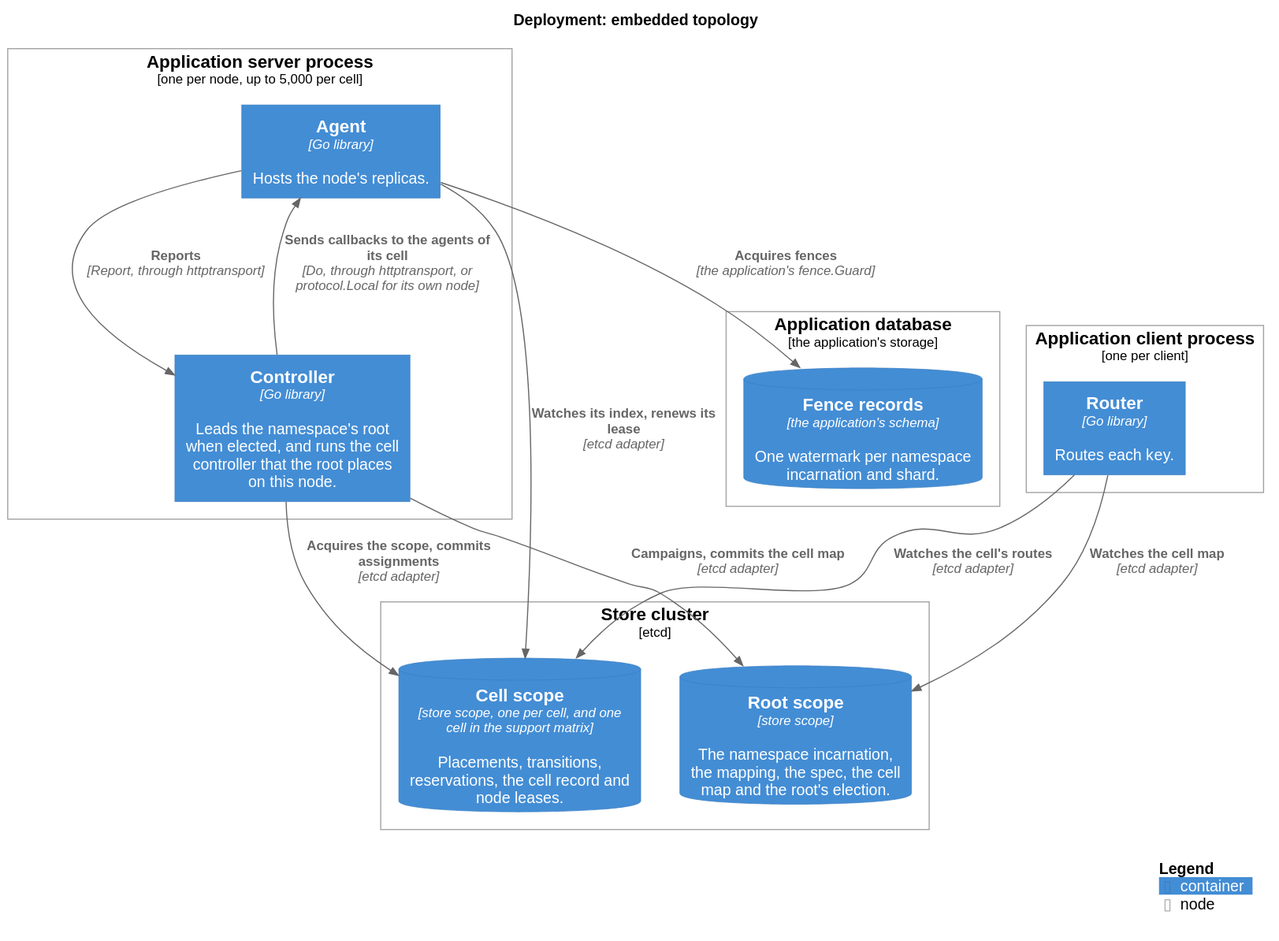
The PlantUML diagram docs/c4/deployment/embedded.svg in thesm-os/sharder, before a commit.
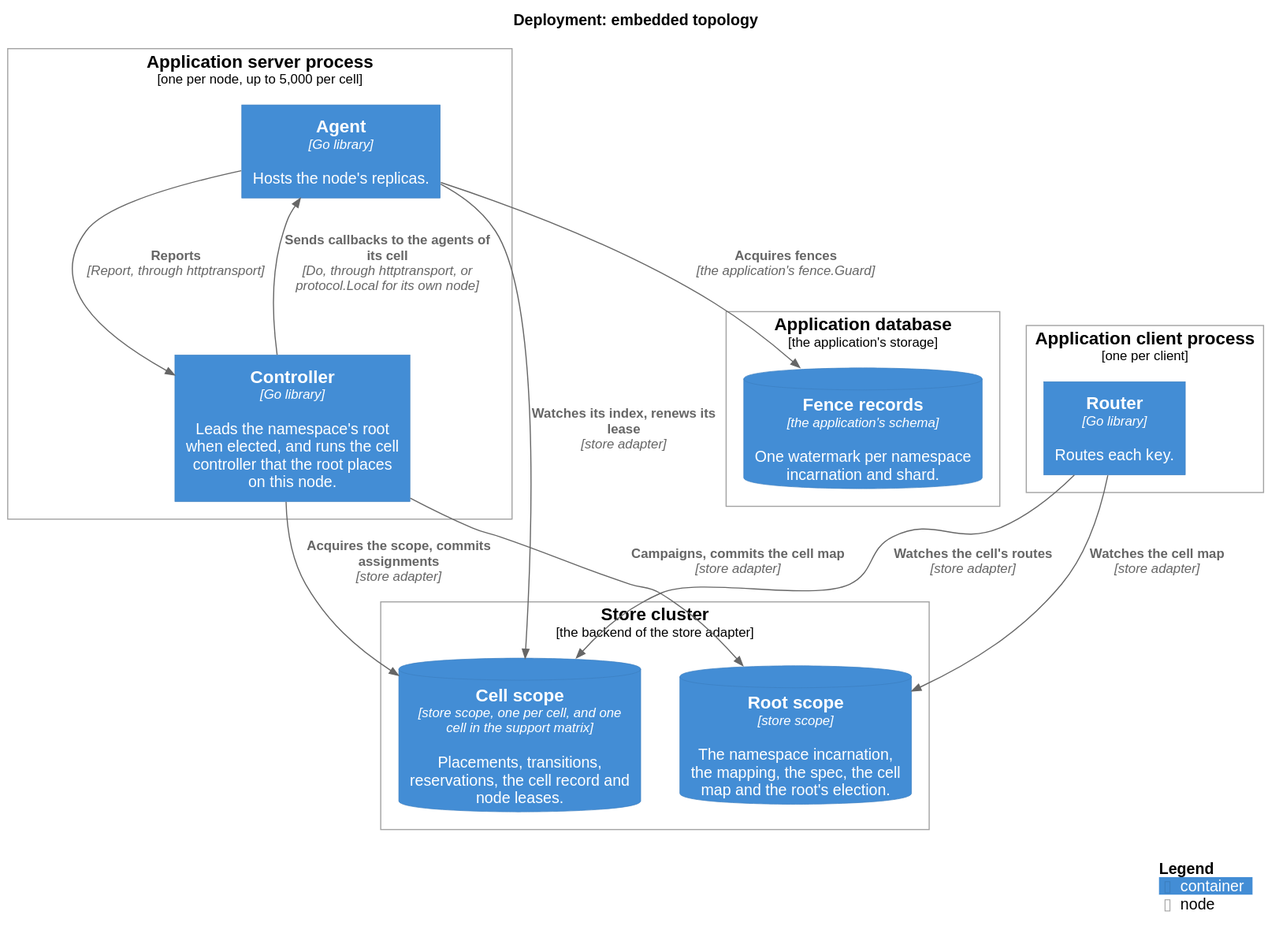
After the change.

Change to the diagram source:
```diff
@@ -13,7 +13,7 @@
     Container(router, "Router", "Go library", "Routes each key.")
 }
 
-Deployment_Node(storecluster, "Store cluster", "etcd") {
+Deployment_Node(storecluster, "Store cluster", "the backend of the store adapter") {
     ContainerDb(root, "Root scope", "store scope", "The namespace incarnation, the mapping, the spec, the cell map and the root's election.")
     ContainerDb(cells, "Cell scope", "store scope, one per cell, and one cell in the support matrix", "Placements, transitions, reservations, the cell record and node leases.")
 }
@@ -24,11 +24,11 @@
 
 Rel(controller, agent, "Sends callbacks to the agents of its cell", "Do, through httptransport, or protocol.Local for its own node")
 Rel(agent, controller, "Reports", "Report, through httptransport")
-Rel(controller, root, "Campaigns, commits the cell map", "etcd adapter")
-Rel(controller, cells, "Acquires the scope, commits assignments", "etcd adapter")
-Rel(agent, cells, "Watches its index, renews its lease", "etcd adapter")
-Rel(router, root, "Watches the cell map", "etcd adapter")
-Rel(router, cells, "Watches the cell's routes", "etcd adapter")
+Rel(controller, root, "Campaigns, commits the cell map", "store adapter")
+Rel(controller, cells, "Acquires the scope, commits assignments", "store adapter")
+Rel(agent, cells, "Watches its index, renews its lease", "store adapter")
+Rel(router, root, "Watches the cell map", "store adapter")
+Rel(router, cells, "Watches the cell's routes", "store adapter")
 Rel(agent, fences, "Acquires fences", "the application's fence.Guard")
 
 SHOW_LEGEND()
```
